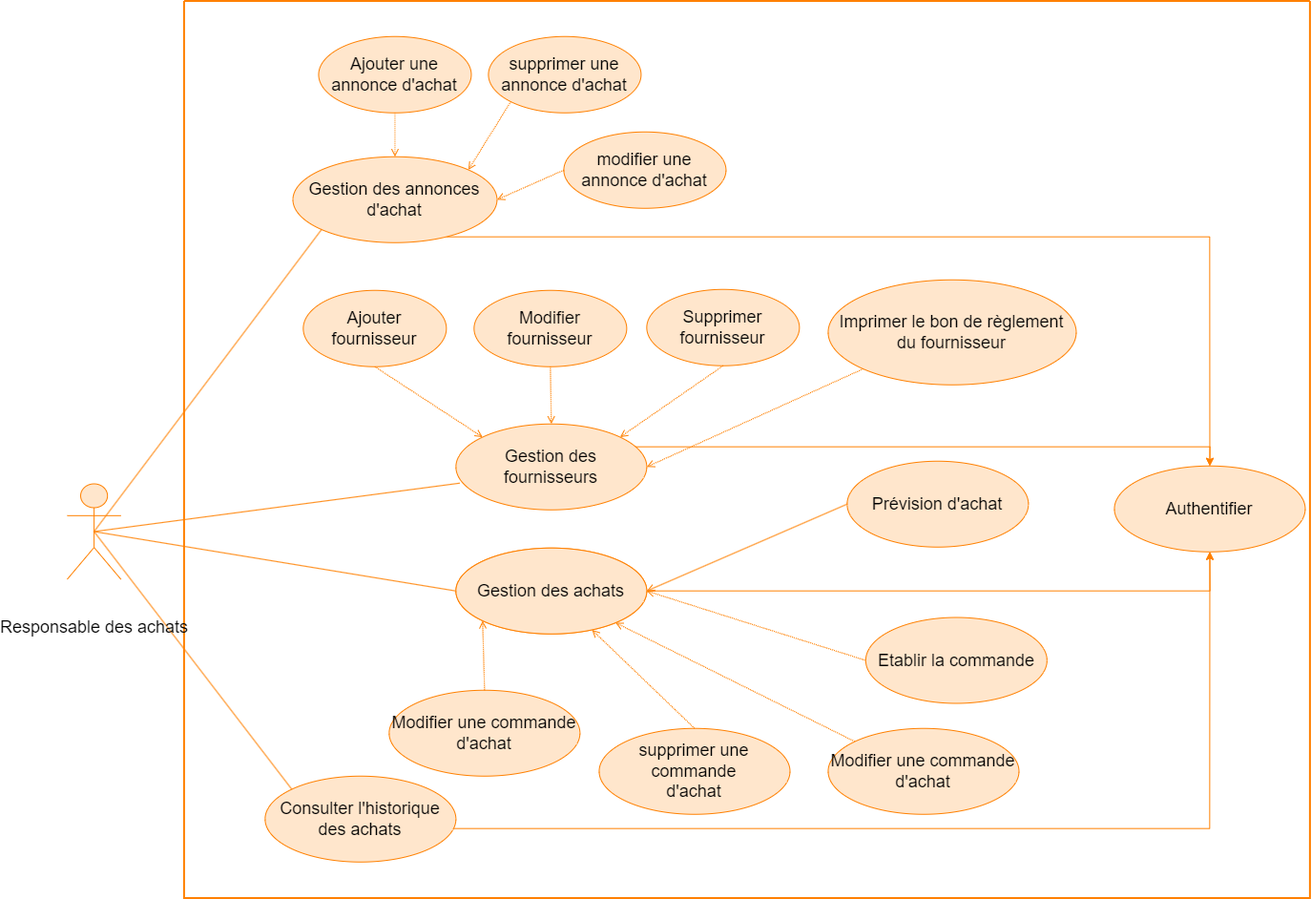
Before: images/usecas RA.png, a diagram exported from draw.io (alizhassane/pfe). Source tidied: cells renumbered, new cells last; positions are measured from the earlier drawing's top-left corner, leaving out a move shared by most shapes.
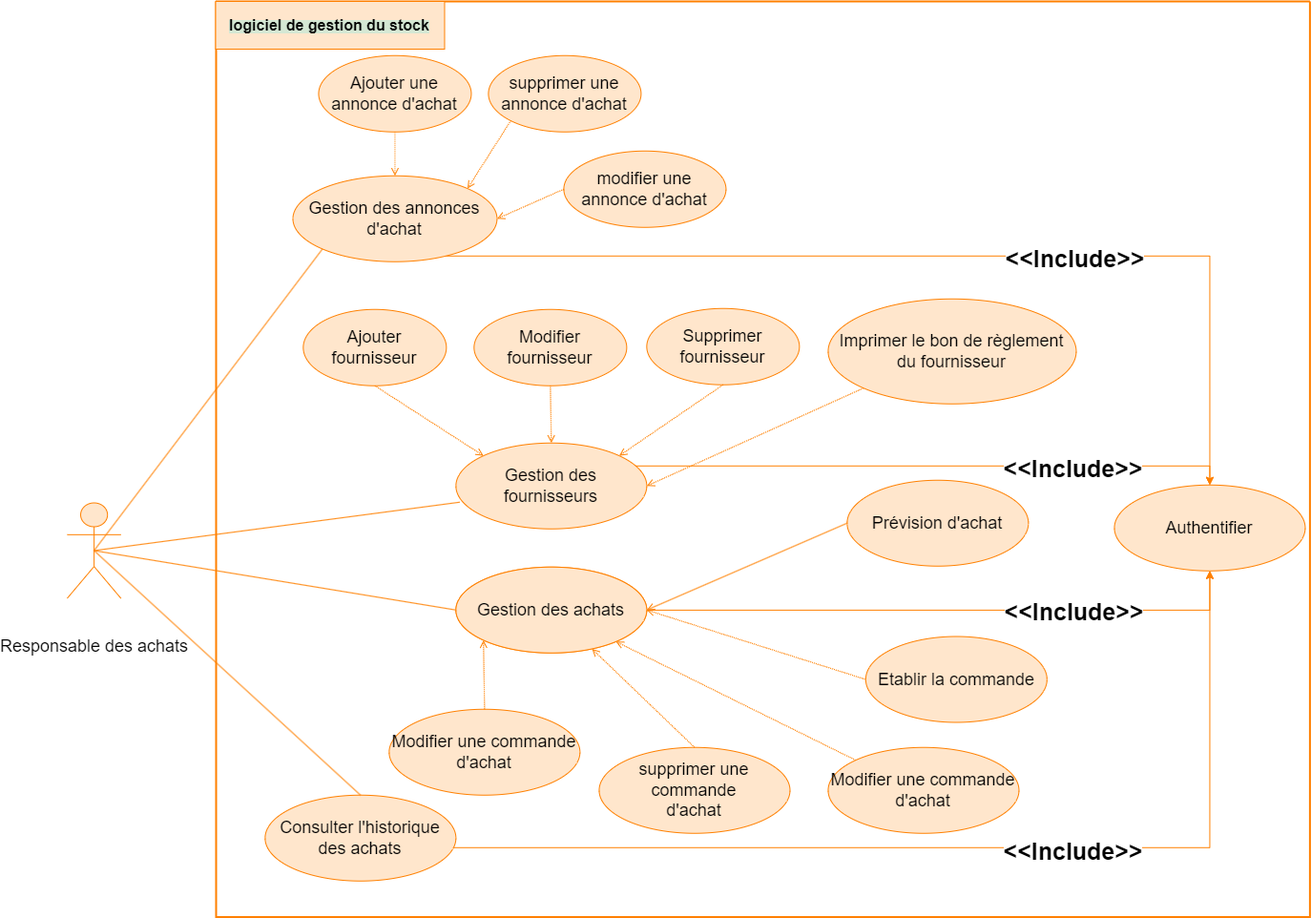
After the commit.

The edit, as a diff of the source:
```diff
@@ -36,7 +36,7 @@
     <mxCell id="11" style="rounded=0;jettySize=auto;html=1;dashed=1;dashPattern=1 1;endArrow=open;endFill=0;entryX=0;entryY=0;entryDx=0;entryDy=0;exitX=0.5;exitY=1;exitDx=0;exitDy=0;strokeColor=#FF8000;align=center;verticalAlign=middle;fontFamily=Helvetica;fontSize=12;fontColor=default;fillColor=#FFE6CC;" parent="1" edge="1" source="7" target="3">
       <mxGeometry relative="1" as="geometry" />
     </mxCell>
-    <mxCell id="12" style="rounded=0;jettySize=auto;html=1;endArrow=none;endFill=0;entryX=0.5;entryY=0.5;entryDx=0;entryDy=0;entryPerimeter=0;exitX=0;exitY=0.5;exitDx=0;exitDy=0;strokeColor=#FF8000;align=center;verticalAlign=middle;fontFamily=Helvetica;fontSize=12;fontColor=default;fillColor=#FFE6CC;" parent="1" edge="1" source="4" target="41">
+    <mxCell id="12" style="rounded=0;jettySize=auto;html=1;endArrow=none;endFill=0;entryX=0.5;entryY=0.5;entryDx=0;entryDy=0;entryPerimeter=0;exitX=0;exitY=0.5;exitDx=0;exitDy=0;strokeColor=#FF8000;align=center;verticalAlign=middle;fontFamily=Helvetica;fontSize=12;fontColor=default;fillColor=#FFE6CC;" parent="1" edge="1" source="4" target="46">
       <mxGeometry relative="1" as="geometry" />
     </mxCell>
     <mxCell id="13" style="rounded=0;jettySize=auto;html=1;dashed=1;dashPattern=1 1;endArrow=open;endFill=0;entryX=0.5;entryY=0;entryDx=0;entryDy=0;exitX=0.5;exitY=1;exitDx=0;exitDy=0;strokeColor=#FF8000;align=center;verticalAlign=middle;fontFamily=Helvetica;fontSize=12;fontColor=default;fillColor=#FFE6CC;" parent="1" edge="1" source="5" target="3">
@@ -48,7 +48,7 @@
     <mxCell id="15" value="&lt;span style=&quot;font-size: 18px;&quot;&gt;Modifier une commande&lt;/span&gt;&lt;div&gt;&lt;span style=&quot;font-size: 18px;&quot;&gt;d'achat&lt;/span&gt;&lt;/div&gt;" style="ellipse;whiteSpace=wrap;html=1;strokeColor=#FF8000;align=center;verticalAlign=middle;fontFamily=Helvetica;fontSize=12;fontColor=default;fillColor=#FFE6CC;" parent="1" vertex="1">
       <mxGeometry x="797.5" y="761.8" width="200" height="90" as="geometry" />
     </mxCell>
-    <mxCell id="16" style="rounded=0;jettySize=auto;html=1;endArrow=none;endFill=0;entryX=0.5;entryY=0.5;entryDx=0;entryDy=0;entryPerimeter=0;exitX=0.02;exitY=0.689;exitDx=0;exitDy=0;exitPerimeter=0;strokeColor=#FF8000;align=center;verticalAlign=middle;fontFamily=Helvetica;fontSize=12;fontColor=default;fillColor=#FFE6CC;" parent="1" edge="1" source="3" target="41">
+    <mxCell id="16" style="rounded=0;jettySize=auto;html=1;endArrow=none;endFill=0;entryX=0.5;entryY=0.5;entryDx=0;entryDy=0;entryPerimeter=0;exitX=0.02;exitY=0.689;exitDx=0;exitDy=0;exitPerimeter=0;strokeColor=#FF8000;align=center;verticalAlign=middle;fontFamily=Helvetica;fontSize=12;fontColor=default;fillColor=#FFE6CC;" parent="1" edge="1" source="3" target="46">
       <mxGeometry relative="1" as="geometry" />
     </mxCell>
     <mxCell id="17" style="rounded=0;jettySize=auto;html=1;endArrow=open;endFill=0;entryX=1;entryY=0.5;entryDx=0;entryDy=0;exitX=0;exitY=0.5;exitDx=0;exitDy=0;strokeColor=#FF8000;align=center;verticalAlign=middle;fontFamily=Helvetica;fontSize=12;fontColor=default;fillColor=#FFE6CC;" parent="1" edge="1" source="10" target="4">
@@ -74,7 +74,7 @@
     <mxCell id="22" value="&lt;span style=&quot;font-size: 18px;&quot;&gt;Consulter l'historique des achats&lt;/span&gt;" style="ellipse;whiteSpace=wrap;html=1;strokeColor=#FF8000;align=center;verticalAlign=middle;fontFamily=Helvetica;fontSize=12;fontColor=default;fillColor=#FFE6CC;" parent="1" vertex="1">
       <mxGeometry x="207.3" y="811.8" width="200" height="90" as="geometry" />
     </mxCell>
-    <mxCell id="23" style="rounded=0;jettySize=auto;html=1;endArrow=none;endFill=0;entryX=0.5;entryY=0.5;entryDx=0;entryDy=0;entryPerimeter=0;exitX=0;exitY=0;exitDx=0;exitDy=0;strokeColor=#FF8000;align=center;verticalAlign=middle;fontFamily=Helvetica;fontSize=12;fontColor=default;fillColor=#FFE6CC;" parent="1" edge="1" source="22" target="41">
+    <mxCell id="23" style="rounded=0;jettySize=auto;html=1;endArrow=none;endFill=0;entryX=0.5;entryY=0.5;entryDx=0;entryDy=0;entryPerimeter=0;exitX=0.5;exitY=0;exitDx=0;exitDy=0;strokeColor=#FF8000;align=center;verticalAlign=middle;fontFamily=Helvetica;fontSize=12;fontColor=default;fillColor=#FFE6CC;" parent="1" edge="1" source="22" target="46">
       <mxGeometry relative="1" as="geometry" />
     </mxCell>
     <mxCell id="24" value="&lt;span style=&quot;font-size: 18px;&quot;&gt;Imprimer le bon de règlement du fournisseur&lt;/span&gt;" style="ellipse;whiteSpace=wrap;html=1;strokeColor=#FF8000;align=center;verticalAlign=middle;fontFamily=Helvetica;fontSize=12;fontColor=default;fillColor=#FFE6CC;" parent="1" vertex="1">
@@ -111,7 +111,7 @@
     <mxCell id="33" value="&lt;span style=&quot;font-size: 18px;&quot;&gt;modifier une annonce d'achat&lt;/span&gt;" style="ellipse;whiteSpace=wrap;html=1;strokeColor=#FF8000;align=center;verticalAlign=middle;fontFamily=Helvetica;fontSize=12;fontColor=default;fillColor=#FFE6CC;" parent="1" vertex="1">
       <mxGeometry x="520.4" y="136.8" width="170" height="80" as="geometry" />
     </mxCell>
-    <mxCell id="34" style="rounded=0;jettySize=auto;html=1;endArrow=none;endFill=0;entryX=0.5;entryY=0.5;entryDx=0;entryDy=0;entryPerimeter=0;exitX=0;exitY=1;exitDx=0;exitDy=0;strokeColor=#FF8000;align=center;verticalAlign=middle;fontFamily=Helvetica;fontSize=12;fontColor=default;fillColor=#FFE6CC;" parent="1" edge="1" source="29" target="41">
+    <mxCell id="34" style="rounded=0;jettySize=auto;html=1;endArrow=none;endFill=0;entryX=0.5;entryY=0.5;entryDx=0;entryDy=0;entryPerimeter=0;exitX=0;exitY=1;exitDx=0;exitDy=0;strokeColor=#FF8000;align=center;verticalAlign=middle;fontFamily=Helvetica;fontSize=12;fontColor=default;fillColor=#FFE6CC;" parent="1" edge="1" source="29" target="46">
       <mxGeometry relative="1" as="geometry" />
     </mxCell>
     <mxCell id="35" value="&lt;span style=&quot;font-size: 18px;&quot;&gt;Authentifier&lt;/span&gt;" style="ellipse;whiteSpace=wrap;html=1;strokeColor=#FF8000;align=center;verticalAlign=middle;fontFamily=Helvetica;fontSize=12;fontColor=default;fillColor=#FFE6CC;" parent="1" vertex="1">
@@ -130,10 +130,33 @@
       <mxGeometry relative="1" as="geometry" />
     </mxCell>
     <mxCell id="40" style="swimlane;startSize=0;strokeWidth=2;strokeColor=#FF8000;align=center;verticalAlign=middle;fontFamily=Helvetica;fontSize=12;fontColor=default;fillColor=#FFE6CC;" parent="1" vertex="1">
-      <mxGeometry x="122.4" y="-0.5" width="1180" height="940" as="geometry" />
+      <mxGeometry x="156" y="-20" width="1146.4" height="959.5" as="geometry" />
     </mxCell>
-    <mxCell id="41" value="&lt;span style=&quot;font-size: 18px;&quot;&gt;Responsable des achats&lt;/span&gt;" style="shape=umlActor;verticalLabelPosition=bottom;verticalAlign=middle;html=1;outlineConnect=0;strokeColor=#FF8000;align=center;fontFamily=Helvetica;fontSize=12;fontColor=default;fillColor=#FFE6CC;" parent="1" vertex="1">
-      <mxGeometry y="505.5" width="56.2" height="100" as="geometry" />
+    <mxCell id="41" value="&lt;span style=&quot;background-color: rgb(213, 232, 212);&quot;&gt;&lt;font style=&quot;font-size: 16px;&quot;&gt;logiciel de gestion du stock&lt;/font&gt;&lt;/span&gt;" style="html=1;whiteSpace=wrap;fontSize=12;fontStyle=1;strokeColor=#FF8000;align=center;verticalAlign=middle;fontFamily=Helvetica;fontColor=default;fillColor=#FFE6CC;" parent="40" vertex="1">
+      <mxGeometry x="-0.5" width="240" height="50" as="geometry" />
     </mxCell>
+    <mxCell id="42" value="&lt;font style=&quot;font-size: 25px;&quot;&gt;&amp;lt;&amp;lt;Include&amp;gt;&amp;gt;&lt;/font&gt;" style="edgeLabel;html=1;align=center;verticalAlign=middle;rotation=0;fontSize=12;fontStyle=1;strokeColor=#FF8000;fontFamily=Helvetica;fontColor=default;fillColor=#FFE6CC;" parent="40" vertex="1">
+      <mxGeometry x="910" y="239" as="geometry">
+        <mxPoint x="-11" y="29" as="offset" />
+      </mxGeometry>
+    </mxCell>
+    <mxCell id="43" value="&lt;font style=&quot;font-size: 25px;&quot;&gt;&amp;lt;&amp;lt;Include&amp;gt;&amp;gt;&lt;/font&gt;" style="edgeLabel;html=1;align=center;verticalAlign=middle;rotation=0;fontSize=12;fontStyle=1;strokeColor=#FF8000;fontFamily=Helvetica;fontColor=default;fillColor=#FFE6CC;" parent="40" vertex="1">
+      <mxGeometry x="908" y="459" as="geometry">
+        <mxPoint x="-11" y="29" as="offset" />
+      </mxGeometry>
+    </mxCell>
+    <mxCell id="44" value="&lt;font style=&quot;font-size: 25px;&quot;&gt;&amp;lt;&amp;lt;Include&amp;gt;&amp;gt;&lt;/font&gt;" style="edgeLabel;html=1;align=center;verticalAlign=middle;rotation=0;fontSize=12;fontStyle=1;strokeColor=#FF8000;fontFamily=Helvetica;fontColor=default;fillColor=#FFE6CC;" parent="40" vertex="1">
+      <mxGeometry x="909" y="609" as="geometry">
+        <mxPoint x="-11" y="29" as="offset" />
+      </mxGeometry>
+    </mxCell>
+    <mxCell id="45" value="&lt;font style=&quot;font-size: 25px;&quot;&gt;&amp;lt;&amp;lt;Include&amp;gt;&amp;gt;&lt;/font&gt;" style="edgeLabel;html=1;align=center;verticalAlign=middle;rotation=0;fontSize=12;fontStyle=1;strokeColor=#FF8000;fontFamily=Helvetica;fontColor=default;fillColor=#FFE6CC;" parent="40" vertex="1">
+      <mxGeometry x="908" y="860" as="geometry">
+        <mxPoint x="-11" y="29" as="offset" />
+      </mxGeometry>
+    </mxCell>
+    <mxCell id="46" value="&lt;span style=&quot;font-size: 18px;&quot;&gt;Responsable des achats&lt;/span&gt;" style="shape=umlActor;verticalLabelPosition=bottom;verticalAlign=middle;html=1;outlineConnect=0;strokeColor=#FF8000;align=center;fontFamily=Helvetica;fontSize=12;fontColor=default;fillColor=#FFE6CC;" parent="1" vertex="1">
+      <mxGeometry y="505.5" width="56.2" height="100" as="geometry" />
+    </mxCell>
   </root>
 </mxGraphModel>
```
